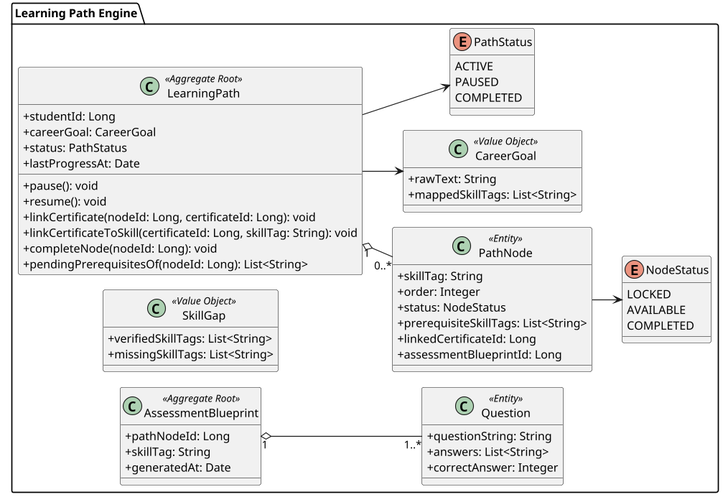
Above: images-doc/class-learning-path-engine-mobile.png in Aplicaciones-Dispositivos-Moviles/SkillSwap-ProjectReport (PlantUML), before the change.
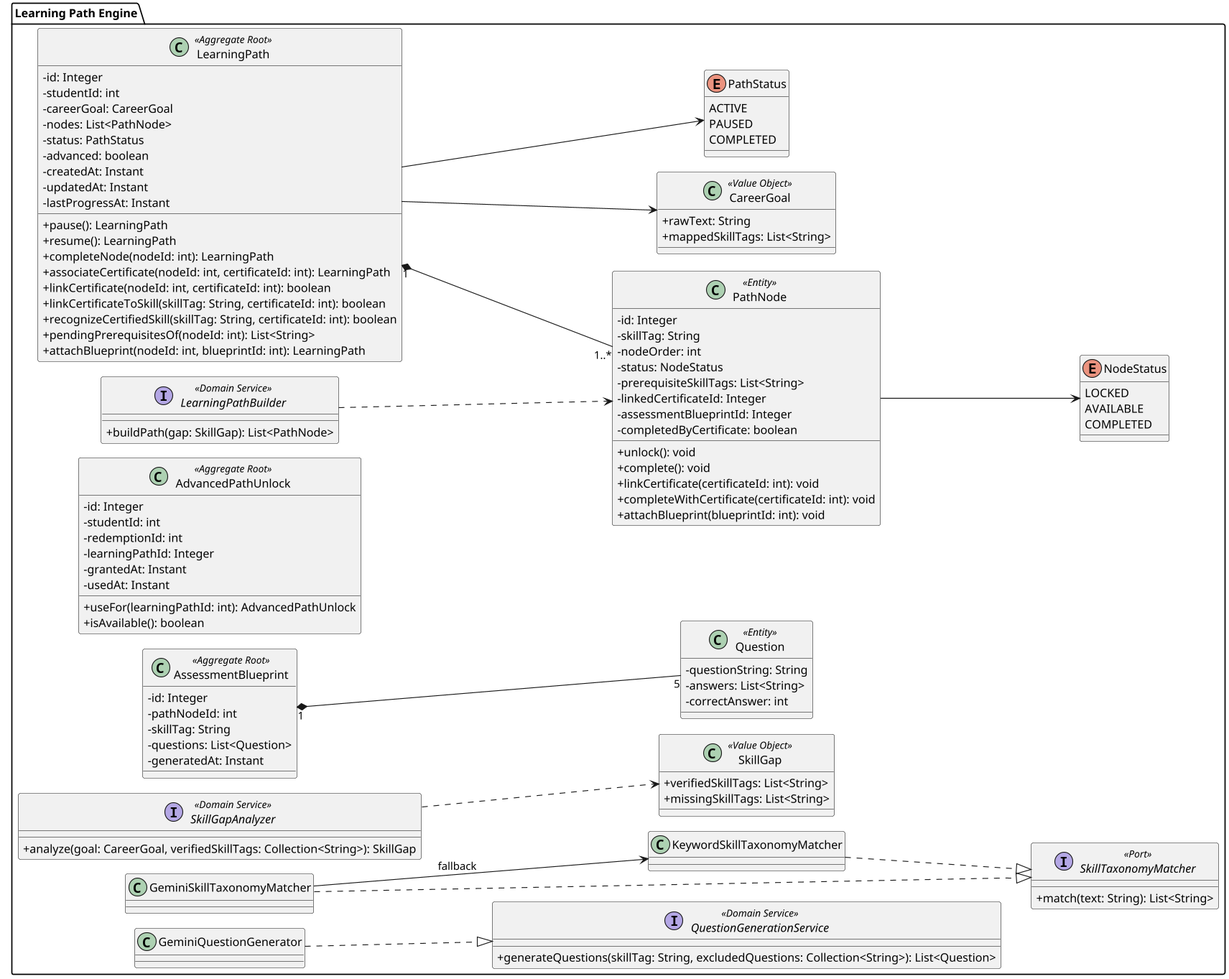
The same diagram one commit later.

Change to the diagram source:
```diff
@@ -5,27 +5,43 @@
 skinparam dpi 110
 left to right direction
 
+!startsub BODY
 package "Learning Path Engine" {
     class LearningPath <<Aggregate Root>> {
-        +studentId: Long
-        +careerGoal: CareerGoal
-        +status: PathStatus
-        +lastProgressAt: Date
-        +pause(): void
-        +resume(): void
-        +linkCertificate(nodeId: Long, certificateId: Long): void
-        +linkCertificateToSkill(certificateId: Long, skillTag: String): void
-        +completeNode(nodeId: Long): void
-        +pendingPrerequisitesOf(nodeId: Long): List<String>
+        -id: Integer
+        -studentId: int
+        -careerGoal: CareerGoal
+        -nodes: List<PathNode>
+        -status: PathStatus
+        -advanced: boolean
+        -createdAt: Instant
+        -updatedAt: Instant
+        -lastProgressAt: Instant
+        +pause(): LearningPath
+        +resume(): LearningPath
+        +completeNode(nodeId: int): LearningPath
+        +associateCertificate(nodeId: int, certificateId: int): LearningPath
+        +linkCertificate(nodeId: int, certificateId: int): boolean
+        +linkCertificateToSkill(skillTag: String, certificateId: int): boolean
+        +recognizeCertifiedSkill(skillTag: String, certificateId: int): boolean
+        +pendingPrerequisitesOf(nodeId: int): List<String>
+        +attachBlueprint(nodeId: int, blueprintId: int): LearningPath
     }
 
     class PathNode <<Entity>> {
-        +skillTag: String
-        +order: Integer
-        +status: NodeStatus
-        +prerequisiteSkillTags: List<String>
-        +linkedCertificateId: Long
-        +assessmentBlueprintId: Long
+        -id: Integer
+        -skillTag: String
+        -nodeOrder: int
+        -status: NodeStatus
+        -prerequisiteSkillTags: List<String>
+        -linkedCertificateId: Integer
+        -assessmentBlueprintId: Integer
+        -completedByCertificate: boolean
+        +unlock(): void
+        +complete(): void
+        +linkCertificate(certificateId: int): void
+        +completeWithCertificate(certificateId: int): void
+        +attachBlueprint(blueprintId: int): void
     }
 
     class CareerGoal <<Value Object>> {
@@ -39,15 +55,28 @@
     }
 
     class AssessmentBlueprint <<Aggregate Root>> {
-        +pathNodeId: Long
-        +skillTag: String
-        +generatedAt: Date
+        -id: Integer
+        -pathNodeId: int
+        -skillTag: String
+        -questions: List<Question>
+        -generatedAt: Instant
     }
 
     class Question <<Entity>> {
-        +questionString: String
-        +answers: List<String>
-        +correctAnswer: Integer
+        -questionString: String
+        -answers: List<String>
+        -correctAnswer: int
+    }
+
+    class AdvancedPathUnlock <<Aggregate Root>> {
+        -id: Integer
+        -studentId: int
+        -redemptionId: int
+        -learningPathId: Integer
+        -grantedAt: Instant
+        -usedAt: Instant
+        +useFor(learningPathId: int): AdvancedPathUnlock
+        +isAvailable(): boolean
     }
 
     enum PathStatus {
@@ -62,10 +91,37 @@
         COMPLETED
     }
 
-    LearningPath "1" o-- "0..*" PathNode
+    interface SkillGapAnalyzer <<Domain Service>> {
+        +analyze(goal: CareerGoal, verifiedSkillTags: Collection<String>): SkillGap
+    }
+
+    interface LearningPathBuilder <<Domain Service>> {
+        +buildPath(gap: SkillGap): List<PathNode>
+    }
+
+    interface QuestionGenerationService <<Domain Service>> {
+        +generateQuestions(skillTag: String, excludedQuestions: Collection<String>): List<Question>
+    }
+
+    interface SkillTaxonomyMatcher <<Port>> {
+        +match(text: String): List<String>
+    }
+
+    class GeminiSkillTaxonomyMatcher
+    class KeywordSkillTaxonomyMatcher
+    class GeminiQuestionGenerator
+
+    LearningPath "1" *-- "1..*" PathNode
     LearningPath --> CareerGoal
     LearningPath --> PathStatus
     PathNode --> NodeStatus
-    AssessmentBlueprint "1" o-- "1..*" Question
+    AssessmentBlueprint "1" *-- "5" Question
+    SkillGapAnalyzer ..> SkillGap
+    LearningPathBuilder ..> PathNode
+    GeminiSkillTaxonomyMatcher ..|> SkillTaxonomyMatcher
+    KeywordSkillTaxonomyMatcher ..|> SkillTaxonomyMatcher
+    GeminiSkillTaxonomyMatcher --> KeywordSkillTaxonomyMatcher : fallback
+    GeminiQuestionGenerator ..|> QuestionGenerationService
 }
+!endsub
 @enduml
```
